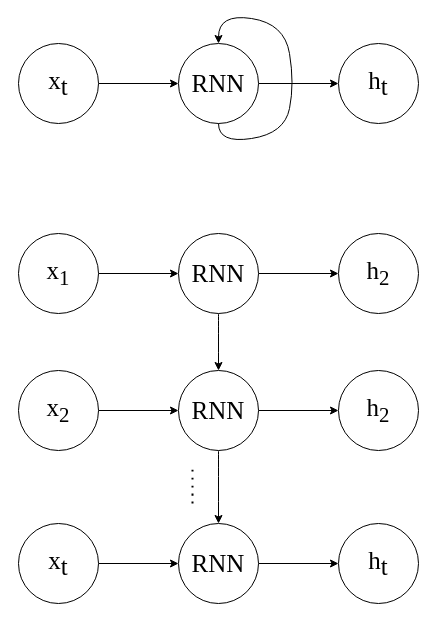
liehu232/model_NetWork keeps this draw.io diagram as RNN.drawio. Above is the earlier version. Source tidied: cells renumbered, new cells numbered last; positions are measured from the earlier drawing's top-left corner, leaving out a move shared by most shapes. Both pictures are drawn from the tidied source at 100%, with x=0, y=0 at pixel (18, 13).
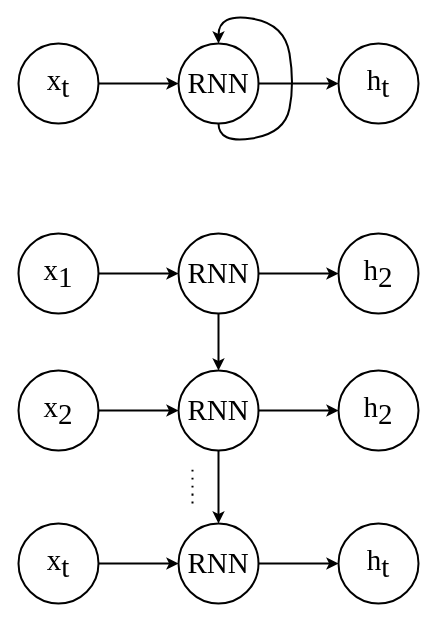
After the change.

The edit, as a diff of the source:
```diff
@@
-    <mxCell id="2" style="edgeStyle=none;html=1;fontSize=25;fontFamily=Times New Roman;" parent="1" edge="1" source="3" target="5">
+    <mxCell id="2" style="edgeStyle=none;html=1;fontSize=29;fontFamily=Times New Roman;strokeWidth=2;" parent="1" edge="1" source="3" target="5">
       <mxGeometry relative="1" as="geometry" />
     </mxCell>
-    <mxCell id="3" value="x&lt;sub style=&quot;font-size: 25px;&quot;&gt;t&lt;/sub&gt;" style="ellipse;whiteSpace=wrap;html=1;fontSize=25;fontFamily=Times New Roman;" parent="1" vertex="1">
+    <mxCell id="3" value="x&lt;sub style=&quot;font-size: 29px;&quot;&gt;t&lt;/sub&gt;" style="ellipse;whiteSpace=wrap;html=1;fontSize=29;fontFamily=Times New Roman;strokeWidth=2;" parent="1" vertex="1">
       <mxGeometry y="30" width="80" height="80" as="geometry" />
     </mxCell>
-    <mxCell id="4" style="edgeStyle=none;html=1;fontSize=25;fontFamily=Times New Roman;" parent="1" edge="1" source="5" target="6">
+    <mxCell id="4" style="edgeStyle=none;html=1;fontSize=29;fontFamily=Times New Roman;strokeWidth=2;" parent="1" edge="1" source="5" target="6">
       <mxGeometry relative="1" as="geometry" />
     </mxCell>
-    <mxCell id="5" value="RNN" style="ellipse;whiteSpace=wrap;html=1;fontSize=25;fontFamily=Times New Roman;" parent="1" vertex="1">
+    <mxCell id="5" value="RNN" style="ellipse;whiteSpace=wrap;html=1;fontSize=29;fontFamily=Times New Roman;strokeWidth=2;" parent="1" vertex="1">
       <mxGeometry x="160" y="30" width="80" height="80" as="geometry" />
     </mxCell>
-    <mxCell id="6" value="h&lt;sub style=&quot;font-size: 25px&quot;&gt;t&lt;/sub&gt;" style="ellipse;whiteSpace=wrap;html=1;fontSize=25;fontFamily=Times New Roman;" parent="1" vertex="1">
+    <mxCell id="6" value="h&lt;sub style=&quot;font-size: 29px;&quot;&gt;t&lt;/sub&gt;" style="ellipse;whiteSpace=wrap;html=1;fontSize=29;fontFamily=Times New Roman;strokeWidth=2;" parent="1" vertex="1">
       <mxGeometry x="320" y="30" width="80" height="80" as="geometry" />
     </mxCell>
-    <mxCell id="7" style="curved=1;endArrow=classic;html=1;elbow=vertical;exitX=0.5;exitY=1;exitDx=0;exitDy=0;entryX=0.5;entryY=0;entryDx=0;entryDy=0;" parent="1" edge="1" source="5" target="5">
+    <mxCell id="7" style="curved=1;endArrow=classic;html=1;elbow=vertical;exitX=0.5;exitY=1;exitDx=0;exitDy=0;entryX=0.5;entryY=0;entryDx=0;entryDy=0;strokeWidth=2;fontSize=29;" parent="1" edge="1" source="5" target="5">
       <mxGeometry relative="1" as="geometry">
         <Array as="points">
           <mxPoint x="200" y="130" />
           <mxPoint x="266" y="120" />
           <mxPoint x="276" y="70" />
           <mxPoint x="266" y="10" />
           <mxPoint x="200" />
         </Array>
       </mxGeometry>
     </mxCell>
-    <mxCell id="8" style="edgeStyle=none;html=1;fontSize=25;fontFamily=Times New Roman;" parent="1" edge="1" source="9" target="12">
+    <mxCell id="8" style="edgeStyle=none;html=1;fontSize=29;fontFamily=Times New Roman;strokeWidth=2;" parent="1" edge="1" source="9" target="12">
       <mxGeometry relative="1" as="geometry" />
     </mxCell>
-    <mxCell id="9" value="x&lt;span style=&quot;font-size: 25px&quot;&gt;&lt;sub&gt;1&lt;/sub&gt;&lt;/span&gt;" style="ellipse;whiteSpace=wrap;html=1;fontSize=25;fontFamily=Times New Roman;" parent="1" vertex="1">
+    <mxCell id="9" value="x&lt;span style=&quot;font-size: 29px;&quot;&gt;&lt;sub style=&quot;font-size: 29px;&quot;&gt;1&lt;/sub&gt;&lt;/span&gt;" style="ellipse;whiteSpace=wrap;html=1;fontSize=29;fontFamily=Times New Roman;strokeWidth=2;" parent="1" vertex="1">
       <mxGeometry y="220" width="80" height="80" as="geometry" />
     </mxCell>
-    <mxCell id="10" style="edgeStyle=none;html=1;fontSize=25;fontFamily=Times New Roman;" parent="1" edge="1" source="12" target="13">
+    <mxCell id="10" style="edgeStyle=none;html=1;fontSize=29;fontFamily=Times New Roman;strokeWidth=2;" parent="1" edge="1" source="12" target="13">
       <mxGeometry relative="1" as="geometry" />
     </mxCell>
-    <mxCell id="11" style="edgeStyle=orthogonalEdgeStyle;curved=1;html=1;exitX=0.5;exitY=1;exitDx=0;exitDy=0;entryX=0.5;entryY=0;entryDx=0;entryDy=0;fontFamily=Times New Roman;fontSize=28;elbow=vertical;" parent="1" edge="1" source="12" target="18">
+    <mxCell id="11" style="edgeStyle=orthogonalEdgeStyle;curved=1;html=1;exitX=0.5;exitY=1;exitDx=0;exitDy=0;entryX=0.5;entryY=0;entryDx=0;entryDy=0;fontFamily=Times New Roman;fontSize=29;elbow=vertical;strokeWidth=2;" parent="1" edge="1" source="12" target="18">
       <mxGeometry relative="1" as="geometry" />
     </mxCell>
-    <mxCell id="12" value="RNN" style="ellipse;whiteSpace=wrap;html=1;fontSize=25;fontFamily=Times New Roman;" parent="1" vertex="1">
+    <mxCell id="12" value="RNN" style="ellipse;whiteSpace=wrap;html=1;fontSize=29;fontFamily=Times New Roman;strokeWidth=2;" parent="1" vertex="1">
       <mxGeometry x="160" y="220" width="80" height="80" as="geometry" />
     </mxCell>
-    <mxCell id="13" value="h&lt;span style=&quot;font-size: 25px&quot;&gt;&lt;sub&gt;2&lt;/sub&gt;&lt;/span&gt;" style="ellipse;whiteSpace=wrap;html=1;fontSize=25;fontFamily=Times New Roman;" parent="1" vertex="1">
+    <mxCell id="13" value="h&lt;span style=&quot;font-size: 29px;&quot;&gt;&lt;sub style=&quot;font-size: 29px;&quot;&gt;2&lt;/sub&gt;&lt;/span&gt;" style="ellipse;whiteSpace=wrap;html=1;fontSize=29;fontFamily=Times New Roman;strokeWidth=2;" parent="1" vertex="1">
       <mxGeometry x="320" y="220" width="80" height="80" as="geometry" />
     </mxCell>
-    <mxCell id="14" style="edgeStyle=none;html=1;fontSize=25;fontFamily=Times New Roman;" parent="1" edge="1" source="15" target="18">
+    <mxCell id="14" style="edgeStyle=none;html=1;fontSize=29;fontFamily=Times New Roman;strokeWidth=2;" parent="1" edge="1" source="15" target="18">
       <mxGeometry relative="1" as="geometry" />
     </mxCell>
-    <mxCell id="15" value="x&lt;span style=&quot;font-size: 25px&quot;&gt;&lt;sub&gt;2&lt;/sub&gt;&lt;/span&gt;" style="ellipse;whiteSpace=wrap;html=1;fontSize=25;fontFamily=Times New Roman;" parent="1" vertex="1">
+    <mxCell id="15" value="x&lt;span style=&quot;font-size: 29px;&quot;&gt;&lt;sub style=&quot;font-size: 29px;&quot;&gt;2&lt;/sub&gt;&lt;/span&gt;" style="ellipse;whiteSpace=wrap;html=1;fontSize=29;fontFamily=Times New Roman;strokeWidth=2;" parent="1" vertex="1">
       <mxGeometry y="357" width="80" height="80" as="geometry" />
     </mxCell>
-    <mxCell id="16" style="edgeStyle=none;html=1;fontSize=25;fontFamily=Times New Roman;" parent="1" edge="1" source="18" target="19">
+    <mxCell id="16" style="edgeStyle=none;html=1;fontSize=29;fontFamily=Times New Roman;strokeWidth=2;" parent="1" edge="1" source="18" target="19">
       <mxGeometry relative="1" as="geometry" />
     </mxCell>
-    <mxCell id="17" style="edgeStyle=orthogonalEdgeStyle;curved=1;html=1;exitX=0.5;exitY=1;exitDx=0;exitDy=0;entryX=0.5;entryY=0;entryDx=0;entryDy=0;fontFamily=Times New Roman;fontSize=28;elbow=vertical;" parent="1" edge="1" source="18" target="23">
+    <mxCell id="17" style="edgeStyle=orthogonalEdgeStyle;curved=1;html=1;exitX=0.5;exitY=1;exitDx=0;exitDy=0;entryX=0.5;entryY=0;entryDx=0;entryDy=0;fontFamily=Times New Roman;fontSize=29;elbow=vertical;strokeWidth=2;" parent="1" edge="1" source="18" target="23">
       <mxGeometry relative="1" as="geometry" />
     </mxCell>
-    <mxCell id="18" value="RNN" style="ellipse;whiteSpace=wrap;html=1;fontSize=25;fontFamily=Times New Roman;" parent="1" vertex="1">
+    <mxCell id="18" value="RNN" style="ellipse;whiteSpace=wrap;html=1;fontSize=29;fontFamily=Times New Roman;strokeWidth=2;" parent="1" vertex="1">
       <mxGeometry x="160" y="357" width="80" height="80" as="geometry" />
     </mxCell>
-    <mxCell id="19" value="h&lt;span style=&quot;font-size: 25px&quot;&gt;&lt;sub&gt;2&lt;/sub&gt;&lt;/span&gt;" style="ellipse;whiteSpace=wrap;html=1;fontSize=25;fontFamily=Times New Roman;" parent="1" vertex="1">
+    <mxCell id="19" value="h&lt;span style=&quot;font-size: 29px;&quot;&gt;&lt;sub style=&quot;font-size: 29px;&quot;&gt;2&lt;/sub&gt;&lt;/span&gt;" style="ellipse;whiteSpace=wrap;html=1;fontSize=29;fontFamily=Times New Roman;strokeWidth=2;" parent="1" vertex="1">
       <mxGeometry x="320" y="357" width="80" height="80" as="geometry" />
     </mxCell>
-    <mxCell id="20" style="edgeStyle=none;html=1;fontSize=25;fontFamily=Times New Roman;" parent="1" edge="1" source="21" target="23">
+    <mxCell id="20" style="edgeStyle=none;html=1;fontSize=29;fontFamily=Times New Roman;strokeWidth=2;" parent="1" edge="1" source="21" target="23">
       <mxGeometry relative="1" as="geometry" />
     </mxCell>
-    <mxCell id="21" value="x&lt;sub style=&quot;font-size: 25px;&quot;&gt;t&lt;/sub&gt;" style="ellipse;whiteSpace=wrap;html=1;fontSize=25;fontFamily=Times New Roman;" parent="1" vertex="1">
+    <mxCell id="21" value="x&lt;sub style=&quot;font-size: 29px;&quot;&gt;t&lt;/sub&gt;" style="ellipse;whiteSpace=wrap;html=1;fontSize=29;fontFamily=Times New Roman;strokeWidth=2;" parent="1" vertex="1">
       <mxGeometry y="510" width="80" height="80" as="geometry" />
     </mxCell>
-    <mxCell id="22" style="edgeStyle=none;html=1;fontSize=25;fontFamily=Times New Roman;" parent="1" edge="1" source="23" target="24">
+    <mxCell id="22" style="edgeStyle=none;html=1;fontSize=29;fontFamily=Times New Roman;strokeWidth=2;" parent="1" edge="1" source="23" target="24">
       <mxGeometry relative="1" as="geometry" />
     </mxCell>
-    <mxCell id="23" value="RNN" style="ellipse;whiteSpace=wrap;html=1;fontSize=25;fontFamily=Times New Roman;" parent="1" vertex="1">
+    <mxCell id="23" value="RNN" style="ellipse;whiteSpace=wrap;html=1;fontSize=29;fontFamily=Times New Roman;strokeWidth=2;" parent="1" vertex="1">
       <mxGeometry x="160" y="510" width="80" height="80" as="geometry" />
     </mxCell>
-    <mxCell id="24" value="h&lt;sub style=&quot;font-size: 25px&quot;&gt;t&lt;/sub&gt;" style="ellipse;whiteSpace=wrap;html=1;fontSize=25;fontFamily=Times New Roman;" parent="1" vertex="1">
+    <mxCell id="24" value="h&lt;sub style=&quot;font-size: 29px;&quot;&gt;t&lt;/sub&gt;" style="ellipse;whiteSpace=wrap;html=1;fontSize=29;fontFamily=Times New Roman;strokeWidth=2;" parent="1" vertex="1">
       <mxGeometry x="320" y="510" width="80" height="80" as="geometry" />
     </mxCell>
-    <mxCell id="25" style="endArrow=none;dashed=1;html=1;dashPattern=1 3;strokeWidth=2;fontFamily=Times New Roman;fontSize=28;curved=1;elbow=vertical;" parent="1" edge="1">
+    <mxCell id="25" style="endArrow=none;dashed=1;html=1;dashPattern=1 3;strokeWidth=2;fontFamily=Times New Roman;fontSize=29;curved=1;elbow=vertical;" parent="1" edge="1">
       <mxGeometry relative="1" as="geometry">
         <mxPoint x="174" y="490" as="sourcePoint" />
         <mxPoint x="174" y="450" as="targetPoint" />
       </mxGeometry>
     </mxCell>
```
